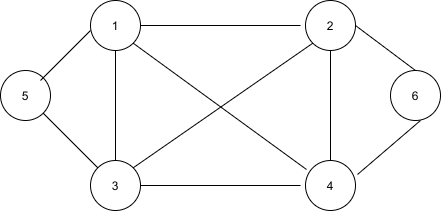
Before: .vscode/DP Problems/demo.drawio.png, a diagram exported from draw.io (goyalgitesh/leetcode-Problems). Source tidied: cells renumbered, new cells last; positions are measured from the earlier drawing's top-left corner, leaving out a move shared by most shapes. Source of this version:
```xml
<mxGraphModel>
  <root>
    <mxCell id="0" />
    <mxCell id="1" parent="0" />
    <mxCell id="2" value="5" style="ellipse;whiteSpace=wrap;html=1;" parent="1" vertex="1">
      <mxGeometry y="70" width="50" height="50" as="geometry" />
    </mxCell>
    <mxCell id="3" value="6" style="ellipse;whiteSpace=wrap;html=1;" parent="1" vertex="1">
      <mxGeometry x="390" y="70" width="50" height="50" as="geometry" />
    </mxCell>
    <mxCell id="4" value="4" style="ellipse;whiteSpace=wrap;html=1;" parent="1" vertex="1">
      <mxGeometry x="305" y="160" width="50" height="50" as="geometry" />
    </mxCell>
    <mxCell id="5" value="3" style="ellipse;whiteSpace=wrap;html=1;" parent="1" vertex="1">
      <mxGeometry x="90" y="160" width="50" height="50" as="geometry" />
    </mxCell>
    <mxCell id="6" value="1" style="ellipse;whiteSpace=wrap;html=1;" parent="1" vertex="1">
      <mxGeometry x="90" width="50" height="50" as="geometry" />
    </mxCell>
    <mxCell id="7" value="2" style="ellipse;whiteSpace=wrap;html=1;" parent="1" vertex="1">
      <mxGeometry x="305" width="50" height="50" as="geometry" />
    </mxCell>
    <mxCell id="8" style="endArrow=none;html=1;exitX=1;exitY=0.5;exitDx=0;exitDy=0;" parent="1" edge="1" source="5">
      <mxGeometry relative="1" as="geometry">
        <mxPoint x="300" y="185" as="targetPoint" />
      </mxGeometry>
    </mxCell>
    <mxCell id="9" style="endArrow=none;html=1;exitX=1;exitY=0.5;exitDx=0;exitDy=0;" parent="1" edge="1" source="6">
      <mxGeometry relative="1" as="geometry">
        <mxPoint x="300" y="25" as="targetPoint" />
      </mxGeometry>
    </mxCell>
    <mxCell id="10" style="endArrow=none;html=1;entryX=0.5;entryY=1;entryDx=0;entryDy=0;exitX=0.5;exitY=0;exitDx=0;exitDy=0;" parent="1" edge="1" source="5" target="6">
      <mxGeometry relative="1" as="geometry" />
    </mxCell>
    <mxCell id="11" style="endArrow=none;html=1;entryX=0.5;entryY=1;entryDx=0;entryDy=0;exitX=0.5;exitY=0;exitDx=0;exitDy=0;" parent="1" edge="1" source="4" target="7">
      <mxGeometry relative="1" as="geometry" />
    </mxCell>
    <mxCell id="12" style="endArrow=none;html=1;entryX=1;entryY=0.5;entryDx=0;entryDy=0;exitX=0.5;exitY=0;exitDx=0;exitDy=0;" parent="1" edge="1" source="3" target="7">
      <mxGeometry relative="1" as="geometry" />
    </mxCell>
    <mxCell id="13" style="endArrow=none;html=1;" parent="1" edge="1">
      <mxGeometry relative="1" as="geometry">
        <mxPoint x="40" y="80" as="sourcePoint" />
        <mxPoint x="90" y="30" as="targetPoint" />
      </mxGeometry>
    </mxCell>
    <mxCell id="14" style="endArrow=none;html=1;exitX=1;exitY=1;exitDx=0;exitDy=0;" parent="1" edge="1" source="2" target="5">
      <mxGeometry relative="1" as="geometry" />
    </mxCell>
    <mxCell id="15" style="endArrow=none;html=1;exitX=1.04;exitY=0.28;exitDx=0;exitDy=0;exitPerimeter=0;" parent="1" edge="1" source="4">
      <mxGeometry relative="1" as="geometry">
        <mxPoint x="420" y="120" as="targetPoint" />
      </mxGeometry>
    </mxCell>
    <mxCell id="16" style="endArrow=none;html=1;exitX=1;exitY=1;exitDx=0;exitDy=0;entryX=0.02;entryY=0.18;entryDx=0;entryDy=0;entryPerimeter=0;" parent="1" edge="1" source="6" target="4">
      <mxGeometry relative="1" as="geometry" />
    </mxCell>
    <mxCell id="17" style="endArrow=none;html=1;exitX=1;exitY=0;exitDx=0;exitDy=0;entryX=0;entryY=1;entryDx=0;entryDy=0;" parent="1" edge="1" source="5" target="7">
      <mxGeometry relative="1" as="geometry" />
    </mxCell>
  </root>
</mxGraphModel>
```
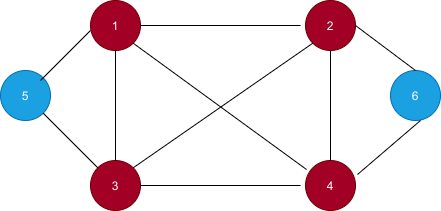
The same file after the commit.

The edit, as a diff of the source:
```diff
@@ -2,22 +2,22 @@
   <root>
     <mxCell id="0" />
     <mxCell id="1" parent="0" />
-    <mxCell id="2" value="5" style="ellipse;whiteSpace=wrap;html=1;" parent="1" vertex="1">
+    <mxCell id="2" value="5" style="ellipse;whiteSpace=wrap;html=1;fillColor=#1ba1e2;strokeColor=#006EAF;fontColor=#ffffff;" parent="1" vertex="1">
       <mxGeometry y="70" width="50" height="50" as="geometry" />
     </mxCell>
-    <mxCell id="3" value="6" style="ellipse;whiteSpace=wrap;html=1;" parent="1" vertex="1">
+    <mxCell id="3" value="6" style="ellipse;whiteSpace=wrap;html=1;fillColor=#1ba1e2;strokeColor=#006EAF;fontColor=#ffffff;" parent="1" vertex="1">
       <mxGeometry x="390" y="70" width="50" height="50" as="geometry" />
     </mxCell>
-    <mxCell id="4" value="4" style="ellipse;whiteSpace=wrap;html=1;" parent="1" vertex="1">
+    <mxCell id="4" value="4" style="ellipse;whiteSpace=wrap;html=1;fillColor=#a20025;strokeColor=#6F0000;fontColor=#ffffff;" parent="1" vertex="1">
       <mxGeometry x="305" y="160" width="50" height="50" as="geometry" />
     </mxCell>
-    <mxCell id="5" value="3" style="ellipse;whiteSpace=wrap;html=1;" parent="1" vertex="1">
+    <mxCell id="5" value="3" style="ellipse;whiteSpace=wrap;html=1;fillColor=#a20025;strokeColor=#6F0000;fontColor=#ffffff;" parent="1" vertex="1">
       <mxGeometry x="90" y="160" width="50" height="50" as="geometry" />
     </mxCell>
-    <mxCell id="6" value="1" style="ellipse;whiteSpace=wrap;html=1;" parent="1" vertex="1">
+    <mxCell id="6" value="1" style="ellipse;whiteSpace=wrap;html=1;fillColor=#a20025;strokeColor=#6F0000;fontColor=#ffffff;" parent="1" vertex="1">
       <mxGeometry x="90" width="50" height="50" as="geometry" />
     </mxCell>
-    <mxCell id="7" value="2" style="ellipse;whiteSpace=wrap;html=1;" parent="1" vertex="1">
+    <mxCell id="7" value="2" style="ellipse;whiteSpace=wrap;html=1;fillColor=#a20025;strokeColor=#6F0000;fontColor=#ffffff;" parent="1" vertex="1">
       <mxGeometry x="305" width="50" height="50" as="geometry" />
     </mxCell>
     <mxCell id="8" style="endArrow=none;html=1;exitX=1;exitY=0.5;exitDx=0;exitDy=0;" parent="1" edge="1" source="5">
```
